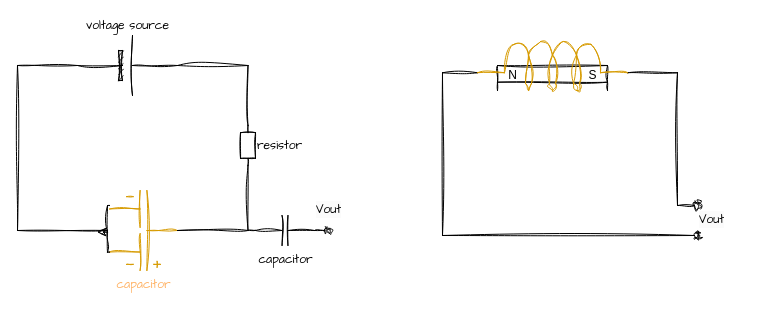
This is Pic/micro.drawio from hello-dlrow/images, a draw.io file, before an edit. Source tidied: cells renumbered, new cells numbered last; positions are measured from the earlier drawing's top-left corner, leaving out a move shared by most shapes. Both pictures are drawn from the tidied source at 100%, with x=0, y=0 at pixel (17, 35).
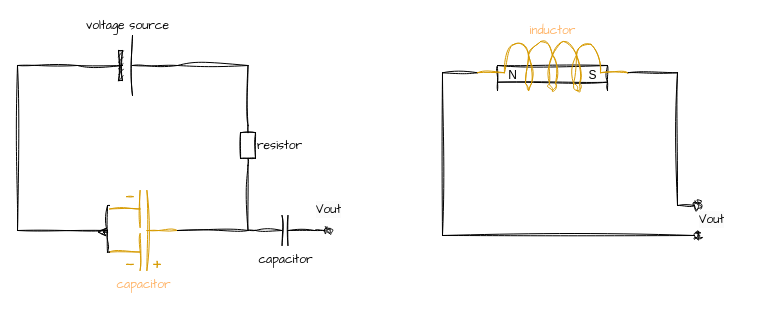
After the change.

What changed in the source:
```diff
@@
-    <mxCell id="14" style="verticalLabelPosition=bottom;shadow=0;dashed=0;align=center;html=1;verticalAlign=top;shape=mxgraph.electrical.inductors.inductor_5;sketch=1;hachureGap=4;jiggle=2;curveFitting=1;flipH=0;flipV=0;fillColor=#ffe6cc;strokeColor=#d79b00;" parent="1" vertex="1">
+    <mxCell id="14" value="&lt;font color=&quot;#ffb366&quot; face=&quot;Comic Sans MS&quot;&gt;inductor&lt;/font&gt;" style="verticalLabelPosition=top;shadow=0;dashed=0;align=center;html=1;verticalAlign=bottom;shape=mxgraph.electrical.inductors.inductor_5;sketch=1;hachureGap=4;jiggle=2;curveFitting=1;flipH=0;flipV=0;fillColor=#ffe6cc;strokeColor=#d79b00;labelPosition=center;" parent="1" vertex="1">
       <mxGeometry x="460" y="5" width="150" height="50" as="geometry" />
     </mxCell>
```
